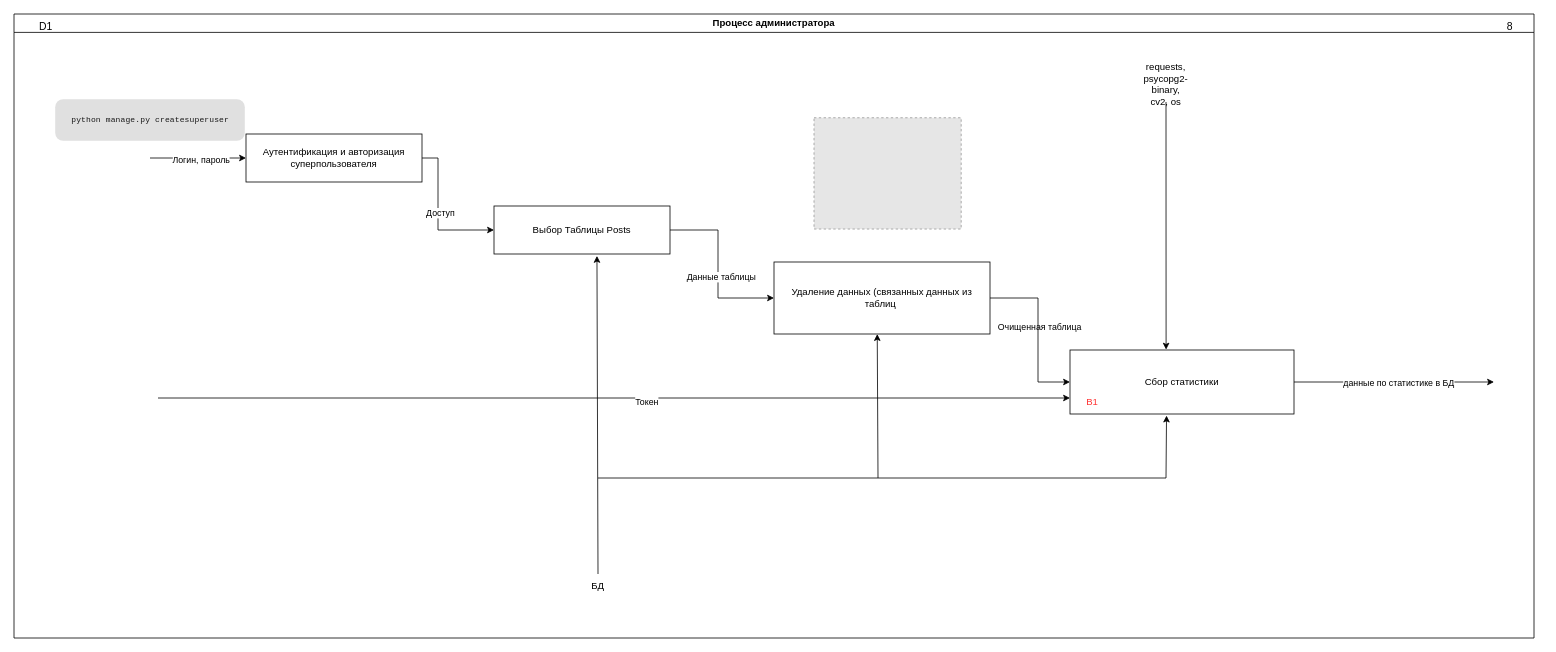
Earlier version of the draw.io diagram page "Интерфейс администратора (D1)" (8 of 9) of documentation/Диаграмма без названия.drawio (DashaTkach/Project). Source tidied: cells renumbered, new cells numbered last; positions are measured from the earlier drawing's top-left corner, leaving out a move shared by most shapes. Both pictures are drawn from the tidied source at 80%, with x=0, y=0 at pixel (14, 14). Pictures stored in the file or linked from it are replaced by grey dashed boxes.
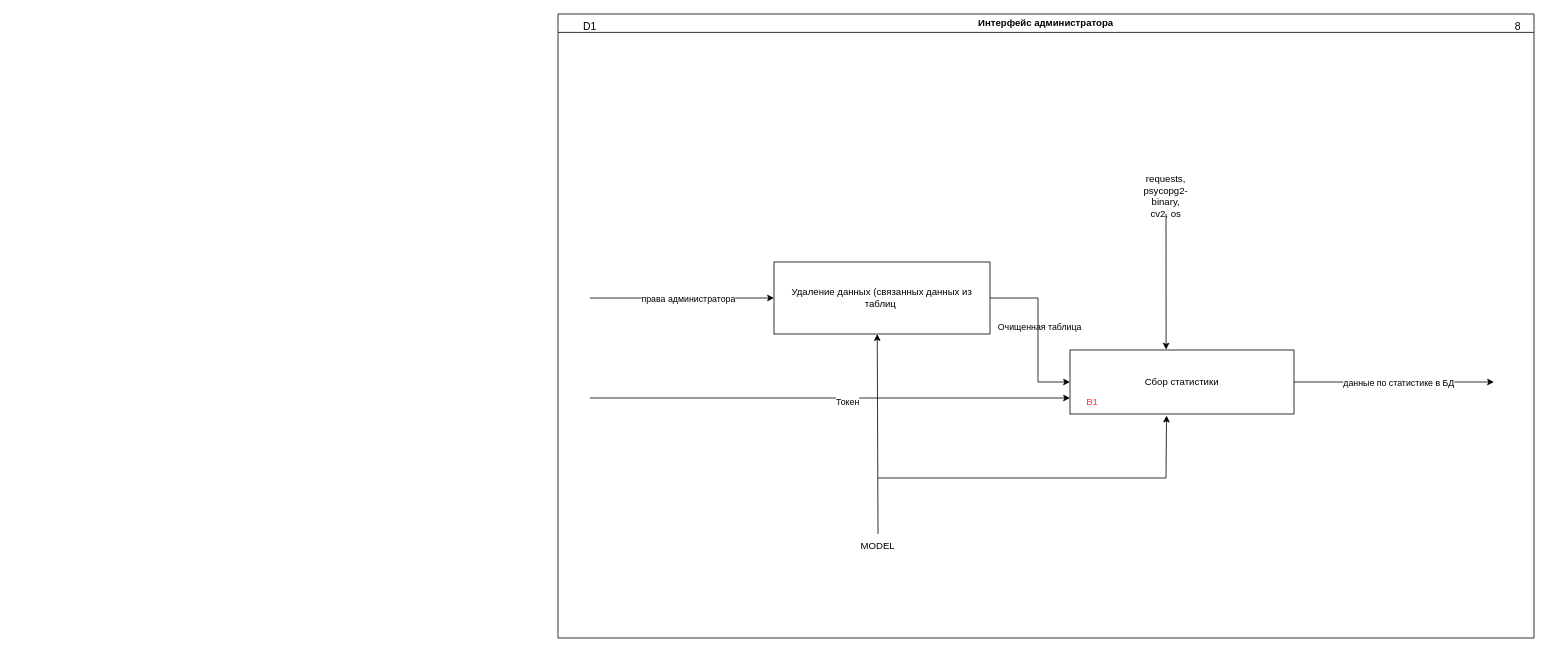
After the change.

The change refers to these unchanged cells:
```xml
<mxCell id="10" value="Удаление данных (связанных данных из таблиц&amp;nbsp;" style="rounded=0;whiteSpace=wrap;html=1;" parent="1" vertex="1">
  <mxGeometry x="950" y="310" width="270" height="90" as="geometry" />
</mxCell>
<mxCell id="13" value="Сбор статистики" style="rounded=0;whiteSpace=wrap;html=1;" parent="1" vertex="1">
  <mxGeometry x="1320" y="420" width="280" height="80" as="geometry" />
</mxCell>
```

The edit, as a diff of the source:
```diff
@@
-    <mxCell id="2" style="fillColor=#E6E6E6;strokeColor=#999999;dashed=1;verticalLabelPosition=bottom;labelBackgroundColor=default;verticalAlign=top;" parent="1" vertex="1">
-      <mxGeometry x="1000" y="129.7" width="184" height="139.1" as="geometry" />
-    </mxCell>
-    <mxCell id="3" value="Аутентификация и авторизация суперпользователя" style="rounded=0;whiteSpace=wrap;html=1;" parent="1" vertex="1">
-      <mxGeometry x="290" y="150" width="220" height="60" as="geometry" />
-    </mxCell>
-    <mxCell id="4" value="Выбор Таблицы Posts" style="rounded=0;whiteSpace=wrap;html=1;" parent="1" vertex="1">
-      <mxGeometry x="600" y="240" width="220" height="60" as="geometry" />
-    </mxCell>
-    <mxCell id="5" style="endArrow=classic;html=1;rounded=0;exitX=1;exitY=0.5;exitDx=0;exitDy=0;entryX=0;entryY=0.5;entryDx=0;entryDy=0;" parent="1" edge="1" source="3" target="4">
-      <mxGeometry relative="1" as="geometry">
-        <Array as="points">
-          <mxPoint x="530" y="180" />
-          <mxPoint x="530" y="270" />
-        </Array>
-      </mxGeometry>
-    </mxCell>
-    <mxCell id="6" value="Доступ" style="edgeLabel;html=1;align=center;verticalAlign=middle;" parent="5" vertex="1">
-      <mxGeometry x="-0.02" y="2" relative="1" as="geometry" />
-    </mxCell>
-    <mxCell id="7" value="&lt;pre style=&quot;box-sizing: border-box; margin: 0px 0px 10px; padding: 20px; border: 0px; font-size: 10px; vertical-align: baseline; background-color: rgb(224, 224, 224); border-radius: 10px; color: rgba(0, 0, 0, 0.9); font-family: Consolas, monospace; overflow: auto; white-space: pre-wrap; overflow-wrap: break-word; font-style: normal; font-variant-ligatures: normal; font-variant-caps: normal; font-weight: 400; letter-spacing: 0.162px; orphans: 2; text-align: left; text-indent: 0px; text-transform: none; widows: 2; word-spacing: 0px; -webkit-text-stroke-width: 0px; text-decoration-thickness: initial; text-decoration-style: initial; text-decoration-color: initial;&quot;&gt;python manage.py createsuperuser&lt;/pre&gt;" style="text;whiteSpace=wrap;html=1;fontSize=10;" parent="1" vertex="1">
-      <mxGeometry x="50" y="100" width="300" height="70" as="geometry" />
-    </mxCell>
-    <mxCell id="8" style="endArrow=classic;html=1;rounded=0;entryX=0;entryY=0.5;entryDx=0;entryDy=0;" parent="1" edge="1" target="3">
-      <mxGeometry relative="1" as="geometry">
-        <mxPoint x="170" y="180" as="sourcePoint" />
-      </mxGeometry>
-    </mxCell>
-    <mxCell id="9" value="Логин, пароль" style="edgeLabel;html=1;align=center;verticalAlign=middle;" parent="8" vertex="1">
-      <mxGeometry x="0.05" y="-2" relative="1" as="geometry" />
-    </mxCell>
@@
-    <mxCell id="11" style="endArrow=classic;html=1;rounded=0;exitX=1;exitY=0.5;exitDx=0;exitDy=0;entryX=0;entryY=0.5;entryDx=0;entryDy=0;" parent="1" edge="1" source="4" target="10">
-      <mxGeometry relative="1" as="geometry">
-        <Array as="points">
-          <mxPoint x="880" y="270" />
-          <mxPoint x="880" y="355" />
-        </Array>
-      </mxGeometry>
-    </mxCell>
@@
-    <mxCell id="15" value="Данные таблицы" style="edgeLabel;html=1;align=center;verticalAlign=middle;" parent="1" vertex="1">
-      <mxGeometry x="552" y="268.8" as="geometry">
-        <mxPoint x="331" y="60" as="offset" />
-      </mxGeometry>
-    </mxCell>
     <mxCell id="16" style="endArrow=classic;html=1;rounded=0;entryX=0;entryY=0.75;entryDx=0;entryDy=0;" parent="1" edge="1" target="13">
       <mxGeometry relative="1" as="geometry">
-        <mxPoint x="180" y="480" as="sourcePoint" />
+        <mxPoint x="720" y="480" as="sourcePoint" />
       </mxGeometry>
     </mxCell>
@@
-    <mxCell id="20" style="endArrow=classic;html=1;rounded=0;entryX=0.585;entryY=1.04;entryDx=0;entryDy=0;entryPerimeter=0;exitX=0.5;exitY=0;exitDx=0;exitDy=0;" parent="1" edge="1" source="24" target="4">
-      <mxGeometry relative="1" as="geometry" />
-    </mxCell>
-    <mxCell id="21" style="endArrow=classic;html=1;rounded=0;entryX=0.478;entryY=1.001;entryDx=0;entryDy=0;entryPerimeter=0;" parent="1" edge="1" target="10">
-      <mxGeometry relative="1" as="geometry">
-        <mxPoint x="1080" y="580" as="sourcePoint" />
-      </mxGeometry>
+    <mxCell id="21" style="endArrow=classic;html=1;rounded=0;entryX=0.478;entryY=1.001;entryDx=0;entryDy=0;entryPerimeter=0;exitX=0.5;exitY=0;exitDx=0;exitDy=0;" parent="1" edge="1" source="33" target="10">
+      <mxGeometry relative="1" as="geometry" />
     </mxCell>
     <mxCell id="22" style="endArrow=none;html=1;rounded=0;" parent="1" edge="1">
       <mxGeometry relative="1" as="geometry">
-        <mxPoint x="730" y="580" as="sourcePoint" />
+        <mxPoint x="1080" y="580" as="sourcePoint" />
         <mxPoint x="1440" y="580" as="targetPoint" />
       </mxGeometry>
     </mxCell>
@@
-    <mxCell id="24" value="БД" style="text;html=1;align=center;verticalAlign=middle;whiteSpace=wrap;rounded=0;" parent="1" vertex="1">
-      <mxGeometry x="700" y="700" width="60" height="30" as="geometry" />
-    </mxCell>
@@
-    <mxCell id="26" value="requests, psycopg2-binary, cv2, os&lt;div&gt;&lt;br&gt;&lt;/div&gt;" style="text;html=1;align=center;verticalAlign=middle;whiteSpace=wrap;rounded=0;" parent="1" vertex="1">
-      <mxGeometry x="1410" y="80" width="60" height="30" as="geometry" />
-    </mxCell>
-    <mxCell id="27" value="Процесс администратора" style="swimlane;whiteSpace=wrap;html=1;" parent="1" vertex="1">
-      <mxGeometry width="1900" height="780" as="geometry" />
+    <mxCell id="27" value="Интерфейс администратора" style="swimlane;whiteSpace=wrap;html=1;" parent="1" vertex="1">
+      <mxGeometry x="680" width="1220" height="780" as="geometry" />
     </mxCell>
@@
     <mxCell id="29" value="&lt;font style=&quot;font-size: 13px;&quot;&gt;8&lt;/font&gt;" style="text;html=1;align=center;verticalAlign=middle;whiteSpace=wrap;rounded=0;" parent="27" vertex="1">
-      <mxGeometry x="1840" width="60" height="30" as="geometry" />
+      <mxGeometry x="1170" width="60" height="30" as="geometry" />
     </mxCell>
     <mxCell id="30" value="&lt;font color=&quot;#ff3333&quot;&gt;B1&lt;/font&gt;" style="text;html=1;align=center;verticalAlign=middle;whiteSpace=wrap;rounded=0;" parent="27" vertex="1">
-      <mxGeometry x="1318" y="470" width="60" height="30" as="geometry" />
+      <mxGeometry x="638" y="470" width="60" height="30" as="geometry" />
     </mxCell>
+    <mxCell id="31" style="endArrow=classic;html=1;rounded=0;entryX=0;entryY=0.5;entryDx=0;entryDy=0;" parent="27" edge="1" target="10">
+      <mxGeometry relative="1" as="geometry">
+        <mxPoint x="40" y="355" as="sourcePoint" />
+      </mxGeometry>
+    </mxCell>
+    <mxCell id="32" value="права администратора" style="edgeLabel;html=1;align=center;verticalAlign=middle;" parent="31" vertex="1">
+      <mxGeometry x="0.06" relative="1" as="geometry" />
+    </mxCell>
+    <mxCell id="33" value="MODEL" style="text;html=1;align=center;verticalAlign=middle;whiteSpace=wrap;rounded=0;" parent="27" vertex="1">
+      <mxGeometry x="370" y="650" width="60" height="30" as="geometry" />
+    </mxCell>
+    <mxCell id="26" value="requests, psycopg2-binary, cv2, os&lt;div&gt;&lt;br&gt;&lt;/div&gt;" style="text;html=1;align=center;verticalAlign=middle;whiteSpace=wrap;rounded=0;" parent="27" vertex="1">
+      <mxGeometry x="730" y="220" width="60" height="30" as="geometry" />
+    </mxCell>
```
